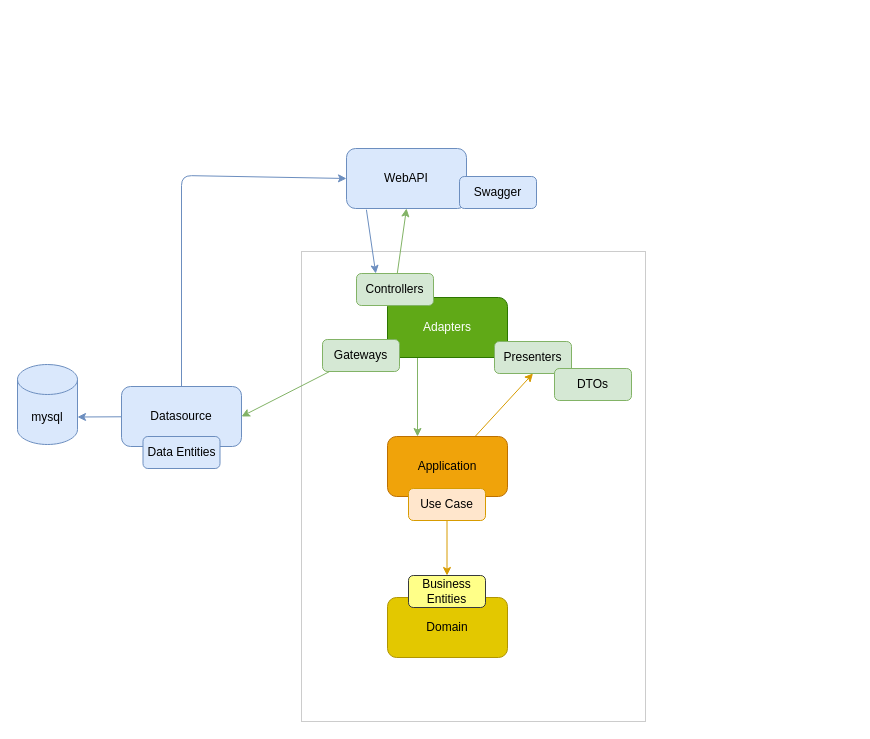
This is fase2/docs/DAS.drawio from fiap-soat11/.github, a draw.io file, before an edit. Source tidied: cells renumbered, new cells numbered last; positions are measured from the earlier drawing's top-left corner, leaving out a move shared by most shapes. Both pictures are drawn from the tidied source at 100%, with x=0, y=0 at pixel (17, 148).
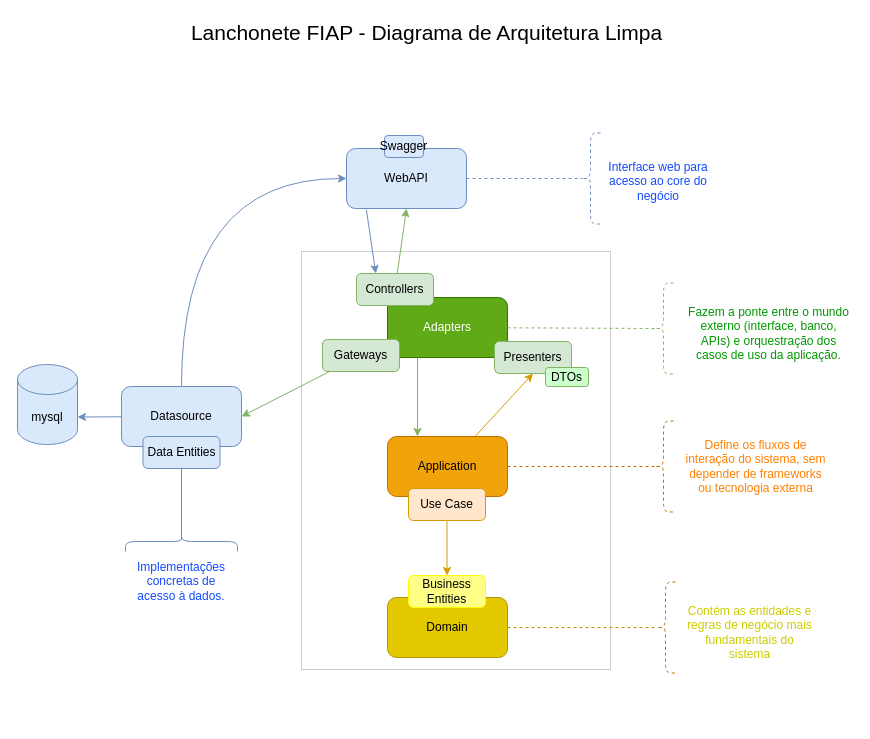
After the change.

Commit message (it also covers changes not shown here):
Diagrama de arquitetura limpa e Diagrama kubernetes

Unchanged cells that the change refers to:
```xml
<mxCell id="4" value="WebAPI" style="rounded=1;whiteSpace=wrap;html=1;fillColor=#dae8fc;strokeColor=#6c8ebf;" parent="1" vertex="1">
  <mxGeometry x="329" width="120" height="60" as="geometry" />
</mxCell>
<mxCell id="6" value="Application" style="rounded=1;whiteSpace=wrap;html=1;fillColor=#f0a30a;fontColor=#000000;strokeColor=#BD7000;" parent="1" vertex="1">
  <mxGeometry x="370" y="288" width="120" height="60" as="geometry" />
</mxCell>
<mxCell id="7" value="Domain" style="rounded=1;whiteSpace=wrap;html=1;fillColor=#e3c800;fontColor=#000000;strokeColor=#B09500;" parent="1" vertex="1">
  <mxGeometry x="370" y="449" width="120" height="60" as="geometry" />
</mxCell>
<mxCell id="10" value="Datasource" style="rounded=1;whiteSpace=wrap;html=1;fillColor=#dae8fc;strokeColor=#6c8ebf;" parent="1" vertex="1">
  <mxGeometry x="104" y="238" width="120" height="60" as="geometry" />
</mxCell>
<mxCell id="13" value="Adapters" style="rounded=1;whiteSpace=wrap;html=1;fillColor=#60a917;strokeColor=#2D7600;fontColor=#ffffff;" parent="1" vertex="1">
  <mxGeometry x="370" y="149" width="120" height="60" as="geometry" />
</mxCell>
<mxCell id="24" value="Data Entities" style="rounded=1;whiteSpace=wrap;html=1;fillColor=#dae8fc;strokeColor=#6c8ebf;" parent="1" vertex="1">
  <mxGeometry x="125.5" y="288" width="77" height="32" as="geometry" />
</mxCell>
```

What changed in the source:
```diff
@@
     <mxCell id="2" style="rounded=0;whiteSpace=wrap;html=1;fillColor=none;dashed=1;dashPattern=1 1;strokeColor=#999999;" parent="1" vertex="1">
-      <mxGeometry x="284" y="103" width="344" height="470" as="geometry" />
+      <mxGeometry x="284" y="103" width="309" height="418" as="geometry" />
     </mxCell>
@@
-    <mxCell id="9" style="edgeStyle=none;html=1;entryX=0;entryY=0.5;entryDx=0;entryDy=0;fillColor=#dae8fc;strokeColor=#6c8ebf;" parent="1" edge="1" source="10" target="4">
-      <mxGeometry relative="1" as="geometry">
-        <Array as="points">
-          <mxPoint x="164" y="27" />
-        </Array>
-      </mxGeometry>
+    <mxCell id="9" style="edgeStyle=orthogonalEdgeStyle;html=1;entryX=0;entryY=0.5;entryDx=0;entryDy=0;fillColor=#dae8fc;strokeColor=#6c8ebf;curved=1;exitX=0.5;exitY=0;exitDx=0;exitDy=0;" parent="1" edge="1" source="10" target="4">
+      <mxGeometry relative="1" as="geometry" />
     </mxCell>
@@
-    <mxCell id="20" value="Business Entities" style="rounded=1;whiteSpace=wrap;html=1;fillColor=#ffff88;strokeColor=#36393d;" parent="1" vertex="1">
+    <mxCell id="20" value="Business Entities" style="rounded=1;whiteSpace=wrap;html=1;fillColor=#ffff88;strokeColor=#FFFF00;" parent="1" vertex="1">
       <mxGeometry x="391" y="427" width="77" height="32" as="geometry" />
     </mxCell>
@@
     <mxCell id="23" value="Swagger" style="rounded=1;whiteSpace=wrap;html=1;fillColor=#dae8fc;strokeColor=#6c8ebf;" parent="1" vertex="1">
-      <mxGeometry x="442" y="28" width="77" height="32" as="geometry" />
+      <mxGeometry x="367" y="-13" width="39" height="22" as="geometry" />
     </mxCell>
@@
-    <mxCell id="25" value="DTOs" style="rounded=1;whiteSpace=wrap;html=1;fillColor=#d5e8d4;strokeColor=#82b366;" parent="1" vertex="1">
-      <mxGeometry x="537" y="220" width="77" height="32" as="geometry" />
+    <mxCell id="25" value="DTOs" style="rounded=1;whiteSpace=wrap;html=1;fillColor=#CCFFCC;strokeColor=#82b366;" parent="1" vertex="1">
+      <mxGeometry x="528" y="219" width="43" height="19" as="geometry" />
     </mxCell>
+    <mxCell id="26" value="&lt;span style=&quot;color: rgb(0, 0, 0); font-size: 21px;&quot;&gt;Lanchonete FIAP - Diagrama de Arquitetura Limpa&lt;/span&gt;" style="text;html=1;align=center;verticalAlign=middle;whiteSpace=wrap;rounded=0;" parent="1" vertex="1">
+      <mxGeometry x="120" y="-131" width="579" height="30" as="geometry" />
+    </mxCell>
+    <mxCell id="27" value="Contém as entidades e regras de negócio mais fundamentais do sistema" style="text;html=1;align=center;verticalAlign=middle;whiteSpace=wrap;rounded=0;fontColor=#CCCC00;" parent="1" vertex="1">
+      <mxGeometry x="668" y="469" width="129" height="30" as="geometry" />
+    </mxCell>
+    <mxCell id="28" value="Define os fluxos de interação do sistema, sem depender de frameworks ou tecnologia externa" style="text;html=1;align=center;verticalAlign=middle;whiteSpace=wrap;rounded=0;fontColor=#FF8000;" parent="1" vertex="1">
+      <mxGeometry x="663" y="303" width="151" height="30" as="geometry" />
+    </mxCell>
+    <mxCell id="29" value="Fazem a ponte entre o mundo externo (interface, banco, APIs) e orquestração dos casos de uso da aplicação." style="text;html=1;align=center;verticalAlign=middle;whiteSpace=wrap;rounded=0;fontColor=#009900;" parent="1" vertex="1">
+      <mxGeometry x="668" y="170" width="167" height="30" as="geometry" />
+    </mxCell>
+    <mxCell id="30" value="Implementações concretas de acesso à dados." style="text;html=1;align=center;verticalAlign=middle;whiteSpace=wrap;rounded=0;fontColor=#134AFF;" parent="1" vertex="1">
+      <mxGeometry x="111" y="418" width="106" height="30" as="geometry" />
+    </mxCell>
+    <mxCell id="31" value="Interface web para acesso ao core do negócio" style="text;html=1;align=center;verticalAlign=middle;whiteSpace=wrap;rounded=0;fontColor=#134AFF;" parent="1" vertex="1">
+      <mxGeometry x="571" y="18" width="140" height="30" as="geometry" />
+    </mxCell>
+    <mxCell id="32" style="shape=curlyBracket;whiteSpace=wrap;html=1;rounded=1;labelPosition=left;verticalLabelPosition=middle;align=right;verticalAlign=middle;dashed=1;fontColor=#000000;fillColor=#f0a30a;strokeColor=#BD7000;" parent="1" vertex="1">
+      <mxGeometry x="636" y="272.5" width="20" height="91" as="geometry" />
+    </mxCell>
+    <mxCell id="33" style="edgeStyle=none;html=1;entryX=0.1;entryY=0.5;entryDx=0;entryDy=0;entryPerimeter=0;endArrow=none;endFill=0;dashed=1;fillColor=#f0a30a;strokeColor=#BD7000;" parent="1" edge="1" source="6" target="32">
+      <mxGeometry relative="1" as="geometry" />
+    </mxCell>
+    <mxCell id="34" style="shape=curlyBracket;whiteSpace=wrap;html=1;rounded=1;labelPosition=left;verticalLabelPosition=middle;align=right;verticalAlign=middle;dashed=1;fillColor=#d5e8d4;strokeColor=#82b366;" parent="1" vertex="1">
+      <mxGeometry x="636" y="134.5" width="20" height="91" as="geometry" />
+    </mxCell>
+    <mxCell id="35" style="edgeStyle=none;html=1;entryX=0.1;entryY=0.5;entryDx=0;entryDy=0;entryPerimeter=0;dashed=1;endArrow=none;endFill=0;fillColor=#d5e8d4;strokeColor=#82b366;" parent="1" edge="1" source="13" target="34">
+      <mxGeometry relative="1" as="geometry" />
+    </mxCell>
+    <mxCell id="36" style="shape=curlyBracket;whiteSpace=wrap;html=1;rounded=1;labelPosition=left;verticalLabelPosition=middle;align=right;verticalAlign=middle;dashed=1;fontColor=#000000;fillColor=#f0a30a;strokeColor=#BD7000;" parent="1" vertex="1">
+      <mxGeometry x="638" y="433.5" width="20" height="91" as="geometry" />
+    </mxCell>
+    <mxCell id="37" style="edgeStyle=none;html=1;entryX=0.1;entryY=0.5;entryDx=0;entryDy=0;entryPerimeter=0;fillColor=#e3c800;strokeColor=#B09500;dashed=1;endArrow=none;endFill=0;" parent="1" edge="1" source="7" target="36">
+      <mxGeometry relative="1" as="geometry" />
+    </mxCell>
+    <mxCell id="38" style="shape=curlyBracket;whiteSpace=wrap;html=1;rounded=1;labelPosition=left;verticalLabelPosition=middle;align=right;verticalAlign=middle;dashed=1;fillColor=#dae8fc;strokeColor=#6c8ebf;" parent="1" vertex="1">
+      <mxGeometry x="563" y="-15.5" width="20" height="91" as="geometry" />
+    </mxCell>
+    <mxCell id="39" style="edgeStyle=none;html=1;entryX=0.1;entryY=0.5;entryDx=0;entryDy=0;entryPerimeter=0;dashed=1;fillColor=#dae8fc;strokeColor=#6c8ebf;endArrow=none;endFill=0;" parent="1" edge="1" source="4" target="38">
+      <mxGeometry relative="1" as="geometry" />
+    </mxCell>
+    <mxCell id="40" style="shape=curlyBracket;whiteSpace=wrap;html=1;rounded=1;labelPosition=left;verticalLabelPosition=middle;align=right;verticalAlign=middle;rotation=90;fillColor=#dae8fc;strokeColor=#6c8ebf;" parent="1" vertex="1">
+      <mxGeometry x="154" y="337" width="20" height="112" as="geometry" />
+    </mxCell>
+    <mxCell id="41" style="edgeStyle=none;html=1;entryX=0.1;entryY=0.5;entryDx=0;entryDy=0;entryPerimeter=0;endArrow=none;endFill=0;fillColor=#dae8fc;strokeColor=#6c8ebf;" parent="1" edge="1" source="24" target="40">
+      <mxGeometry relative="1" as="geometry" />
+    </mxCell>
```
